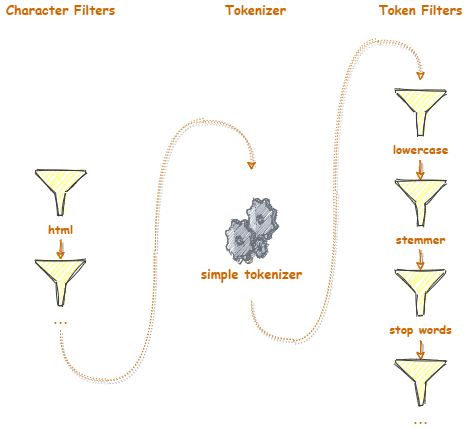
This is res/textanalyzer.png from vincent-scw/mysearchengine, a draw.io export, as it was before one commit. Source tidied: cells renumbered, new cells last; positions are measured from the earlier drawing's top-left corner, leaving out a move shared by most shapes. Source of this version:
```xml
<mxGraphModel>
  <root>
    <mxCell id="0" />
    <mxCell id="1" parent="0" />
    <mxCell id="2" style="group;fontColor=#CC6600;" parent="1" vertex="1">
      <mxGeometry x="395" y="90" width="50" height="315" as="geometry" />
    </mxCell>
    <mxCell id="3" style="edgeStyle=none;rounded=0;sketch=1;jettySize=auto;html=1;entryX=0.5;entryY=0;entryDx=0;entryDy=0;entryPerimeter=0;shadow=1;endArrow=classic;endFill=0;strokeColor=#CC6600;strokeWidth=1;fontFamily=Comic Sans MS;fontSize=11;fontStyle=1;fontColor=#CC6600;" parent="2" edge="1" target="6">
      <mxGeometry relative="1" as="geometry">
        <mxPoint x="25" y="70" as="sourcePoint" />
      </mxGeometry>
    </mxCell>
    <mxCell id="4" value="lowercase" style="shadow=0;dashed=0;html=1;strokeColor=#36393d;labelPosition=center;verticalLabelPosition=bottom;verticalAlign=top;align=center;fillColor=#ffff88;shape=mxgraph.mscae.enterprise.filter;labelBackgroundColor=none;sketch=1;fontFamily=Comic Sans MS;fontSize=11;fontStyle=1;fontColor=#CC6600;" parent="2" vertex="1">
      <mxGeometry width="50" height="45" as="geometry" />
    </mxCell>
    <mxCell id="5" style="edgeStyle=none;rounded=0;sketch=1;jettySize=auto;html=1;shadow=1;endArrow=classic;endFill=0;strokeColor=#CC6600;strokeWidth=1;fontFamily=Comic Sans MS;fontSize=11;fontStyle=1;fontColor=#CC6600;" parent="2" edge="1" target="8">
      <mxGeometry relative="1" as="geometry">
        <mxPoint x="25" y="160" as="sourcePoint" />
      </mxGeometry>
    </mxCell>
    <mxCell id="6" value="stemmer" style="shadow=0;dashed=0;html=1;strokeColor=#36393d;labelPosition=center;verticalLabelPosition=bottom;verticalAlign=top;align=center;fillColor=#ffff88;shape=mxgraph.mscae.enterprise.filter;labelBackgroundColor=none;sketch=1;fontFamily=Comic Sans MS;fontSize=11;fontStyle=1;fontColor=#CC6600;" parent="2" vertex="1">
      <mxGeometry y="90" width="50" height="45" as="geometry" />
    </mxCell>
    <mxCell id="7" style="edgeStyle=none;rounded=0;sketch=1;jettySize=auto;html=1;shadow=1;endArrow=classic;endFill=0;strokeColor=#CC6600;strokeWidth=1;fontFamily=Comic Sans MS;fontSize=11;fontColor=#CC6600;" parent="2" edge="1" target="9">
      <mxGeometry relative="1" as="geometry">
        <mxPoint x="25" y="250" as="sourcePoint" />
      </mxGeometry>
    </mxCell>
    <mxCell id="8" value="stop words" style="shadow=0;dashed=0;html=1;strokeColor=#36393d;labelPosition=center;verticalLabelPosition=bottom;verticalAlign=top;align=center;fillColor=#ffff88;shape=mxgraph.mscae.enterprise.filter;labelBackgroundColor=none;sketch=1;fontFamily=Comic Sans MS;fontSize=11;fontStyle=1;fontColor=#CC6600;" parent="2" vertex="1">
      <mxGeometry y="180" width="50" height="45" as="geometry" />
    </mxCell>
    <mxCell id="9" value="..." style="shadow=0;dashed=0;html=1;strokeColor=#36393d;labelPosition=center;verticalLabelPosition=bottom;verticalAlign=top;align=center;fillColor=#ffff88;shape=mxgraph.mscae.enterprise.filter;labelBackgroundColor=none;sketch=1;fontFamily=Comic Sans MS;fontSize=11;fontStyle=1;fontColor=#CC6600;" parent="2" vertex="1">
      <mxGeometry y="270" width="50" height="45" as="geometry" />
    </mxCell>
    <mxCell id="10" value="Token Filters" style="text;html=1;align=center;verticalAlign=middle;fontSize=13;fontFamily=Comic Sans MS;fontStyle=1;fontColor=#CC6600;" parent="1" vertex="1">
      <mxGeometry x="370" width="100" height="20" as="geometry" />
    </mxCell>
    <mxCell id="11" value="Character Filters" style="text;html=1;align=center;verticalAlign=middle;fontSize=13;fontFamily=Comic Sans MS;fontStyle=1;fontColor=#CC6600;" parent="1" vertex="1">
      <mxGeometry width="120" height="20" as="geometry" />
    </mxCell>
    <mxCell id="12" style="edgeStyle=orthogonalEdgeStyle;rounded=0;sketch=1;orthogonalLoop=1;jettySize=auto;html=1;shadow=1;endArrow=classic;endFill=0;strokeColor=#CC6600;strokeWidth=1;fontFamily=Comic Sans MS;fontSize=13;curved=1;dashed=1;dashPattern=1 2;fontColor=#CC6600;" parent="1" edge="1">
      <mxGeometry relative="1" as="geometry">
        <mxPoint x="60" y="330" as="sourcePoint" />
        <mxPoint x="251" y="170" as="targetPoint" />
        <Array as="points">
          <mxPoint x="60" y="380" />
          <mxPoint x="155" y="380" />
          <mxPoint x="155" y="120" />
          <mxPoint x="251" y="120" />
        </Array>
      </mxGeometry>
    </mxCell>
    <mxCell id="13" value="Tokenizer" style="text;html=1;align=center;verticalAlign=middle;fontSize=13;fontFamily=Comic Sans MS;fontStyle=1;fontColor=#CC6600;" parent="1" vertex="1">
      <mxGeometry x="215" width="80" height="20" as="geometry" />
    </mxCell>
    <mxCell id="14" style="edgeStyle=orthogonalEdgeStyle;curved=1;rounded=0;sketch=1;orthogonalLoop=1;jettySize=auto;html=1;shadow=1;dashed=1;dashPattern=1 2;endArrow=classic;endFill=0;strokeColor=#CC6600;strokeWidth=1;fontFamily=Comic Sans MS;fontSize=13;fontColor=#CC6600;" parent="1" edge="1">
      <mxGeometry relative="1" as="geometry">
        <mxPoint x="251" y="300" as="sourcePoint" />
        <mxPoint x="420" y="80" as="targetPoint" />
        <Array as="points">
          <mxPoint x="251" y="340" />
          <mxPoint x="335" y="340" />
          <mxPoint x="335" y="40" />
          <mxPoint x="420" y="40" />
        </Array>
      </mxGeometry>
    </mxCell>
    <mxCell id="15" value="simple tokenizer" style="verticalLabelPosition=bottom;html=1;verticalAlign=top;strokeColor=none;align=center;shape=mxgraph.citrix.process;shadow=1;labelBackgroundColor=none;sketch=1;fontFamily=Comic Sans MS;fontSize=13;fontStyle=1;fontColor=#CC6600;" parent="1" vertex="1">
      <mxGeometry x="225" y="198" width="52" height="62" as="geometry" />
    </mxCell>
    <mxCell id="16" style="group;fontColor=#CC6600;" parent="1" vertex="1">
      <mxGeometry x="35" y="170" width="50" height="135" as="geometry" />
    </mxCell>
    <mxCell id="17" style="edgeStyle=none;rounded=0;sketch=1;jettySize=auto;html=1;shadow=1;endArrow=classic;endFill=0;strokeColor=#CC6600;strokeWidth=1;fontFamily=Comic Sans MS;fontSize=11;fontColor=#CC6600;" parent="16" edge="1" target="19">
      <mxGeometry relative="1" as="geometry">
        <mxPoint x="25" y="70" as="sourcePoint" />
      </mxGeometry>
    </mxCell>
    <mxCell id="18" value="html" style="shadow=0;dashed=0;html=1;strokeColor=#36393d;labelPosition=center;verticalLabelPosition=bottom;verticalAlign=top;align=center;fillColor=#ffff88;shape=mxgraph.mscae.enterprise.filter;labelBackgroundColor=none;sketch=1;fontFamily=Comic Sans MS;fontSize=11;fontStyle=1;fontColor=#CC6600;" parent="16" vertex="1">
      <mxGeometry width="50" height="45" as="geometry" />
    </mxCell>
    <mxCell id="19" value="..." style="shadow=0;dashed=0;html=1;strokeColor=#36393d;labelPosition=center;verticalLabelPosition=bottom;verticalAlign=top;align=center;fillColor=#ffff88;shape=mxgraph.mscae.enterprise.filter;labelBackgroundColor=none;sketch=1;fontFamily=Comic Sans MS;fontSize=11;fontStyle=1;fontColor=#CC6600;" parent="16" vertex="1">
      <mxGeometry y="90" width="50" height="45" as="geometry" />
    </mxCell>
  </root>
</mxGraphModel>
```
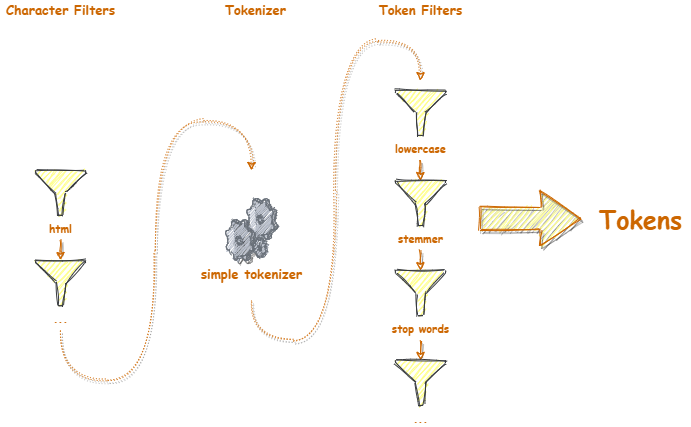
Above is the later version.

Diff of the diagram source:
```diff
@@ -82,5 +82,11 @@
     <mxCell id="19" value="..." style="shadow=0;dashed=0;html=1;strokeColor=#36393d;labelPosition=center;verticalLabelPosition=bottom;verticalAlign=top;align=center;fillColor=#ffff88;shape=mxgraph.mscae.enterprise.filter;labelBackgroundColor=none;sketch=1;fontFamily=Comic Sans MS;fontSize=11;fontStyle=1;fontColor=#CC6600;" parent="16" vertex="1">
       <mxGeometry y="90" width="50" height="45" as="geometry" />
     </mxCell>
+    <mxCell id="20" style="html=1;whiteSpace=wrap;fillColor=#ffff99;shape=mxgraph.archimate3.process;shadow=1;labelBackgroundColor=none;sketch=1;strokeColor=#CC6600;fontFamily=Comic Sans MS;fontSize=13;fontColor=#CC6600;" parent="1" vertex="1">
+      <mxGeometry x="480" y="190" width="100" height="55" as="geometry" />
+    </mxCell>
+    <mxCell id="21" value="Tokens" style="text;html=1;align=center;verticalAlign=middle;fontSize=25;fontFamily=Comic Sans MS;fontStyle=1;fontColor=#CC6600;" parent="1" vertex="1">
+      <mxGeometry x="590" y="197.5" width="100" height="40" as="geometry" />
+    </mxCell>
   </root>
 </mxGraphModel>
```
